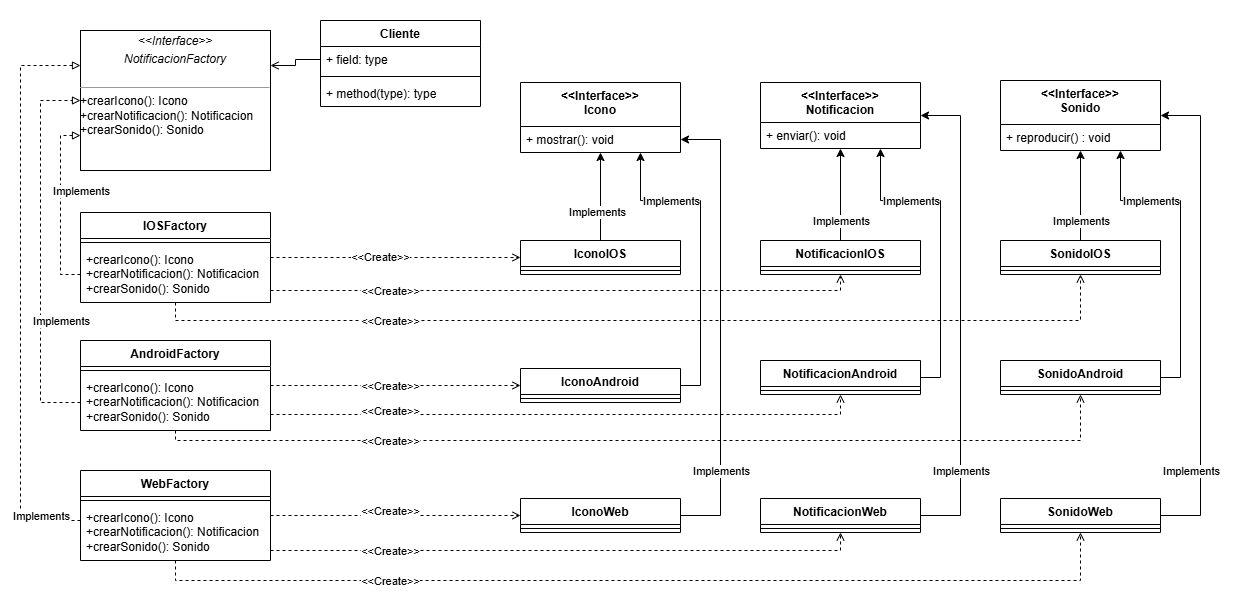
RaulFBS/Patrones-de-Diseno-Java keeps this draw.io diagram as 01-Creacionales/Abstract-Factory/Ejercicio03-SistemaNotiPlataforma/Diagramas/DiagramaClases.png. Above is the earlier version. Source tidied: cells renumbered, new cells last; positions are measured from the earlier drawing's top-left corner, leaving out a move shared by most shapes.
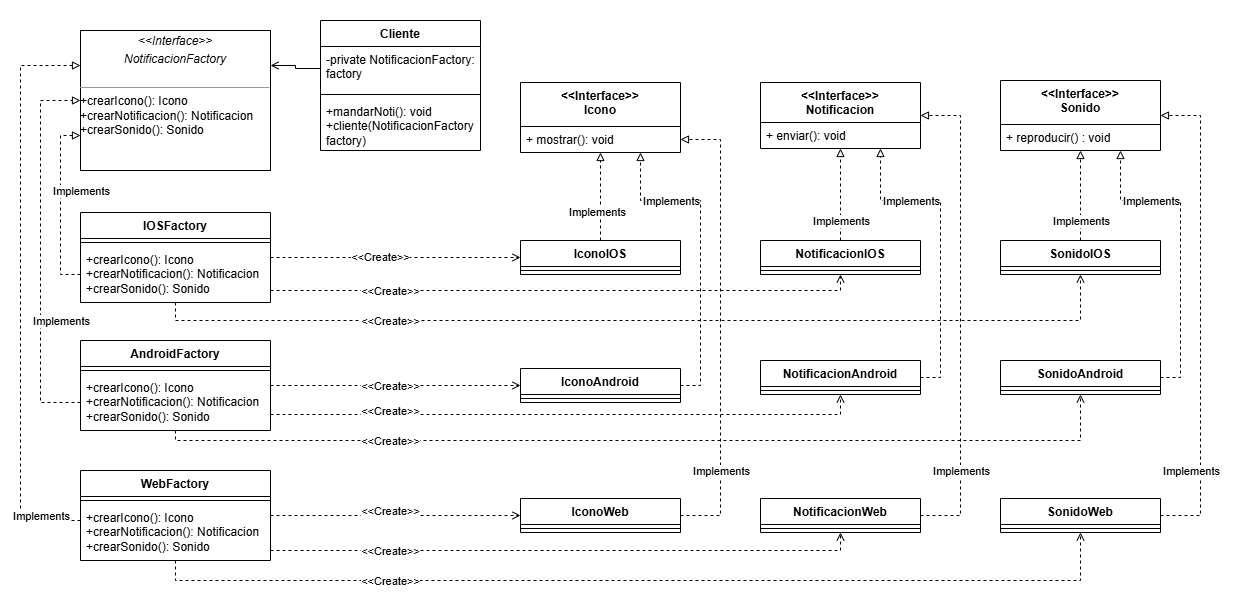
Above is the later version.

Commit message:
Ejercicio03 AbstracFactory: Diagrama arreglado y actualizado

What changed in the source:
```diff
@@ -68,7 +68,7 @@
     <mxCell id="20" value="+ enviar(): void" style="text;strokeColor=none;fillColor=none;align=left;verticalAlign=top;spacingLeft=4;spacingRight=4;overflow=hidden;whiteSpace=wrap;html=1;" parent="19" vertex="1">
       <mxGeometry y="40" width="160" height="26" as="geometry" />
     </mxCell>
-    <mxCell id="21" style="edgeStyle=orthogonalEdgeStyle;rounded=0;jettySize=auto;html=1;" parent="1" edge="1" source="14" target="19">
+    <mxCell id="21" style="edgeStyle=orthogonalEdgeStyle;rounded=0;jettySize=auto;html=1;dashed=1;endArrow=block;endFill=0;" parent="1" edge="1" source="14" target="19">
       <mxGeometry relative="1" as="geometry">
         <Array as="points">
           <mxPoint x="940" y="377" />
@@ -83,7 +83,7 @@
     <mxCell id="23" value="+ reproducir() : void" style="text;strokeColor=none;fillColor=none;align=left;verticalAlign=top;spacingLeft=4;spacingRight=4;overflow=hidden;whiteSpace=wrap;html=1;" parent="22" vertex="1">
       <mxGeometry y="44" width="160" height="26" as="geometry" />
     </mxCell>
-    <mxCell id="24" style="edgeStyle=orthogonalEdgeStyle;rounded=0;jettySize=auto;html=1;" parent="1" edge="1" source="25" target="17">
+    <mxCell id="24" style="edgeStyle=orthogonalEdgeStyle;rounded=0;jettySize=auto;html=1;dashed=1;endArrow=block;endFill=0;" parent="1" edge="1" source="25" target="17">
       <mxGeometry relative="1" as="geometry">
         <Array as="points">
           <mxPoint x="700" y="385" />
@@ -101,7 +101,7 @@
     <mxCell id="27" style="edgeStyle=orthogonalEdgeStyle;rounded=0;jettySize=auto;html=1;entryX=0;entryY=0.5;entryDx=0;entryDy=0;dashed=1;endArrow=open;endFill=0;" parent="1" edge="1" source="3" target="25">
       <mxGeometry relative="1" as="geometry" />
     </mxCell>
-    <mxCell id="28" style="edgeStyle=orthogonalEdgeStyle;rounded=0;jettySize=auto;html=1;" parent="1" edge="1" source="30" target="17">
+    <mxCell id="28" style="edgeStyle=orthogonalEdgeStyle;rounded=0;jettySize=auto;html=1;dashed=1;endArrow=block;endFill=0;" parent="1" edge="1" source="30" target="17">
       <mxGeometry relative="1" as="geometry" />
     </mxCell>
     <mxCell id="29" value="Implements" style="edgeLabel;html=1;align=center;verticalAlign=middle;" parent="28" vertex="1">
@@ -119,7 +119,7 @@
     <mxCell id="33" value="&amp;lt;&amp;lt;Create&amp;gt;&amp;gt;" style="edgeLabel;html=1;align=center;verticalAlign=middle;" parent="32" vertex="1">
       <mxGeometry x="-0.13" y="1" relative="1" as="geometry" />
     </mxCell>
-    <mxCell id="34" style="edgeStyle=orthogonalEdgeStyle;rounded=0;jettySize=auto;html=1;" parent="1" edge="1" source="35" target="19">
+    <mxCell id="34" style="edgeStyle=orthogonalEdgeStyle;rounded=0;jettySize=auto;html=1;dashed=1;endArrow=block;endFill=0;" parent="1" edge="1" source="35" target="19">
       <mxGeometry relative="1" as="geometry">
         <Array as="points">
           <mxPoint x="960" y="515" />
@@ -140,7 +140,7 @@
         </Array>
       </mxGeometry>
     </mxCell>
-    <mxCell id="38" style="edgeStyle=orthogonalEdgeStyle;rounded=0;jettySize=auto;html=1;" parent="1" edge="1" source="39" target="18">
+    <mxCell id="38" style="edgeStyle=orthogonalEdgeStyle;rounded=0;jettySize=auto;html=1;dashed=1;endArrow=block;endFill=0;" parent="1" edge="1" source="39" target="18">
       <mxGeometry relative="1" as="geometry">
         <Array as="points">
           <mxPoint x="720" y="515" />
@@ -157,7 +157,7 @@
     <mxCell id="41" style="edgeStyle=orthogonalEdgeStyle;rounded=0;jettySize=auto;html=1;entryX=0;entryY=0.5;entryDx=0;entryDy=0;dashed=1;endArrow=open;endFill=0;" parent="1" edge="1" source="9" target="39">
       <mxGeometry relative="1" as="geometry" />
     </mxCell>
-    <mxCell id="42" style="edgeStyle=orthogonalEdgeStyle;rounded=0;jettySize=auto;html=1;" parent="1" edge="1" source="43" target="22">
+    <mxCell id="42" style="edgeStyle=orthogonalEdgeStyle;rounded=0;jettySize=auto;html=1;dashed=1;endArrow=block;endFill=0;" parent="1" edge="1" source="43" target="22">
       <mxGeometry relative="1" as="geometry">
         <Array as="points">
           <mxPoint x="1180" y="377" />
@@ -180,7 +180,7 @@
         </Array>
       </mxGeometry>
     </mxCell>
-    <mxCell id="46" style="edgeStyle=orthogonalEdgeStyle;rounded=0;jettySize=auto;html=1;" parent="1" edge="1" source="47" target="22">
+    <mxCell id="46" style="edgeStyle=orthogonalEdgeStyle;rounded=0;jettySize=auto;html=1;dashed=1;endArrow=block;endFill=0;" parent="1" edge="1" source="47" target="22">
       <mxGeometry relative="1" as="geometry" />
     </mxCell>
     <mxCell id="47" value="SonidoIOS" style="swimlane;fontStyle=1;align=center;verticalAlign=top;horizontal=1;startSize=26;whiteSpace=wrap;html=1;" parent="1" vertex="1">
@@ -198,18 +198,18 @@
       </mxGeometry>
     </mxCell>
     <mxCell id="50" value="Cliente" style="swimlane;fontStyle=1;align=center;verticalAlign=top;horizontal=1;startSize=26;whiteSpace=wrap;html=1;" parent="1" vertex="1">
-      <mxGeometry x="320" y="20" width="160" height="86" as="geometry" />
+      <mxGeometry x="320" y="20" width="160" height="130" as="geometry" />
     </mxCell>
-    <mxCell id="51" value="+ field: type" style="text;strokeColor=none;fillColor=none;align=left;verticalAlign=top;spacingLeft=4;spacingRight=4;overflow=hidden;points=[[0,0.5],[1,0.5]];portConstraint=eastwest;whiteSpace=wrap;html=1;" parent="50" vertex="1">
-      <mxGeometry y="26" width="160" height="26" as="geometry" />
+    <mxCell id="51" value="-private NotificacionFactory: factory" style="text;strokeColor=none;fillColor=none;align=left;verticalAlign=top;spacingLeft=4;spacingRight=4;overflow=hidden;points=[[0,0.5],[1,0.5]];portConstraint=eastwest;whiteSpace=wrap;html=1;" parent="50" vertex="1">
+      <mxGeometry y="26" width="160" height="44" as="geometry" />
     </mxCell>
     <mxCell id="52" style="line;strokeWidth=1;fillColor=none;align=left;verticalAlign=middle;spacingTop=-1;spacingLeft=3;spacingRight=3;labelPosition=right;strokeColor=inherit;" parent="50" vertex="1">
-      <mxGeometry y="52" width="160" height="8" as="geometry" />
+      <mxGeometry y="70" width="160" height="8" as="geometry" />
     </mxCell>
-    <mxCell id="53" value="+ method(type): type" style="text;strokeColor=none;fillColor=none;align=left;verticalAlign=top;spacingLeft=4;spacingRight=4;overflow=hidden;whiteSpace=wrap;html=1;" parent="50" vertex="1">
-      <mxGeometry y="60" width="160" height="26" as="geometry" />
+    <mxCell id="53" value="+mandarNoti(): void&lt;br&gt;+cliente(NotificacionFactory factory)" style="text;strokeColor=none;fillColor=none;align=left;verticalAlign=top;spacingLeft=4;spacingRight=4;overflow=hidden;whiteSpace=wrap;html=1;" parent="50" vertex="1">
+      <mxGeometry y="78" width="160" height="52" as="geometry" />
     </mxCell>
-    <mxCell id="54" style="edgeStyle=orthogonalEdgeStyle;rounded=0;jettySize=auto;html=1;" parent="1" edge="1" source="55" target="22">
+    <mxCell id="54" style="edgeStyle=orthogonalEdgeStyle;rounded=0;jettySize=auto;html=1;dashed=1;endArrow=block;endFill=0;" parent="1" edge="1" source="55" target="22">
       <mxGeometry relative="1" as="geometry">
         <Array as="points">
           <mxPoint x="1200" y="515" />
@@ -223,7 +223,7 @@
     <mxCell id="56" style="line;strokeWidth=1;fillColor=none;align=left;verticalAlign=middle;spacingTop=-1;spacingLeft=3;spacingRight=3;labelPosition=right;strokeColor=inherit;" parent="55" vertex="1">
       <mxGeometry y="26" width="160" height="8" as="geometry" />
     </mxCell>
-    <mxCell id="57" style="edgeStyle=orthogonalEdgeStyle;rounded=0;jettySize=auto;html=1;" parent="1" edge="1" source="58" target="19">
+    <mxCell id="57" style="edgeStyle=orthogonalEdgeStyle;rounded=0;jettySize=auto;html=1;dashed=1;endArrow=block;endFill=0;" parent="1" edge="1" source="58" target="19">
       <mxGeometry relative="1" as="geometry" />
     </mxCell>
     <mxCell id="58" value="NotificacionIOS" style="swimlane;fontStyle=1;align=center;verticalAlign=top;horizontal=1;startSize=26;whiteSpace=wrap;html=1;" parent="1" vertex="1">
```
